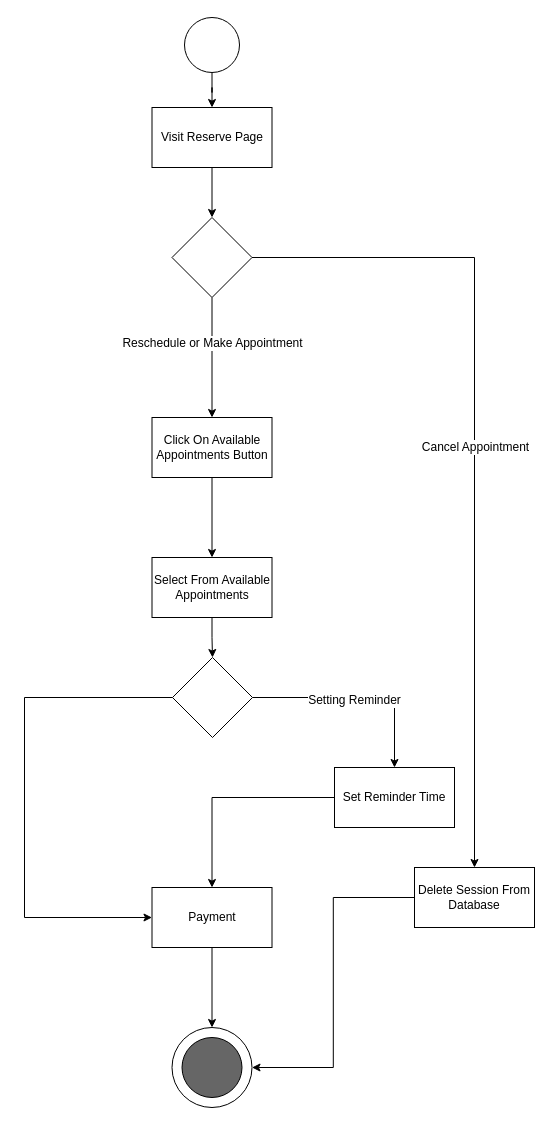
mohammadamir98/Sama_sw1 keeps this draw.io diagram as Reserve Activity Diagram.drawio. Above is the earlier version. Source tidied: cells renumbered, new cells numbered last; positions are measured from the earlier drawing's top-left corner, leaving out a move shared by most shapes. Both pictures are drawn from the tidied source at 100%, with x=0, y=0 at pixel (24, 17).
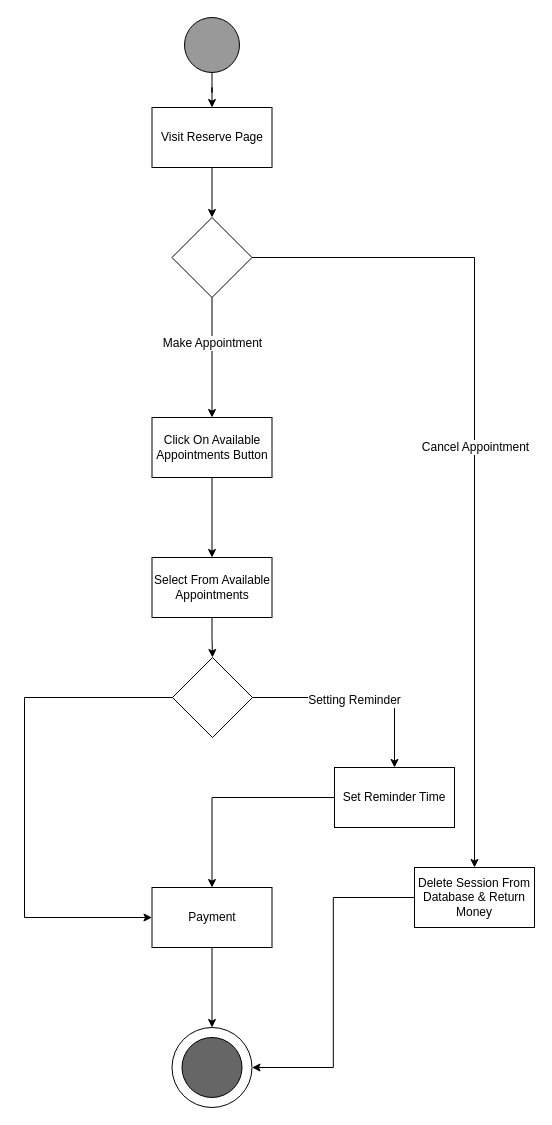
The same diagram, later.

Unchanged cells that the change refers to:
```xml
<mxCell id="22" style="edgeStyle=orthogonalEdgeStyle;rounded=0;jettySize=auto;html=1;entryX=0.5;entryY=0;entryDx=0;entryDy=0;" parent="1" edge="1" source="24" target="7">
  <mxGeometry relative="1" as="geometry" />
</mxCell>
```

Diff of the diagram source:
```diff
@@
-    <mxCell id="3" style="ellipse;whiteSpace=wrap;html=1;" parent="1" vertex="1">
+    <mxCell id="3" style="ellipse;whiteSpace=wrap;html=1;fillColor=#999999;" parent="1" vertex="1">
       <mxGeometry x="160" width="55" height="55" as="geometry" />
     </mxCell>
@@
-    <mxCell id="23" value="Reschedule or Make Appointment" style="text;html=1;align=center;verticalAlign=middle;labelBackgroundColor=#ffffff;" parent="22" vertex="1">
+    <mxCell id="23" value="Make Appointment" style="text;html=1;align=center;verticalAlign=middle;labelBackgroundColor=#ffffff;" parent="22" vertex="1">
       <mxGeometry x="-0.25" relative="1" as="geometry" />
     </mxCell>
@@
-    <mxCell id="26" value="Delete Session From Database" style="rounded=0;whiteSpace=wrap;html=1;" parent="1" vertex="1">
+    <mxCell id="26" value="Delete Session From Database &amp;amp; Return Money" style="rounded=0;whiteSpace=wrap;html=1;" parent="1" vertex="1">
       <mxGeometry x="390" y="850" width="120" height="60" as="geometry" />
     </mxCell>
```
